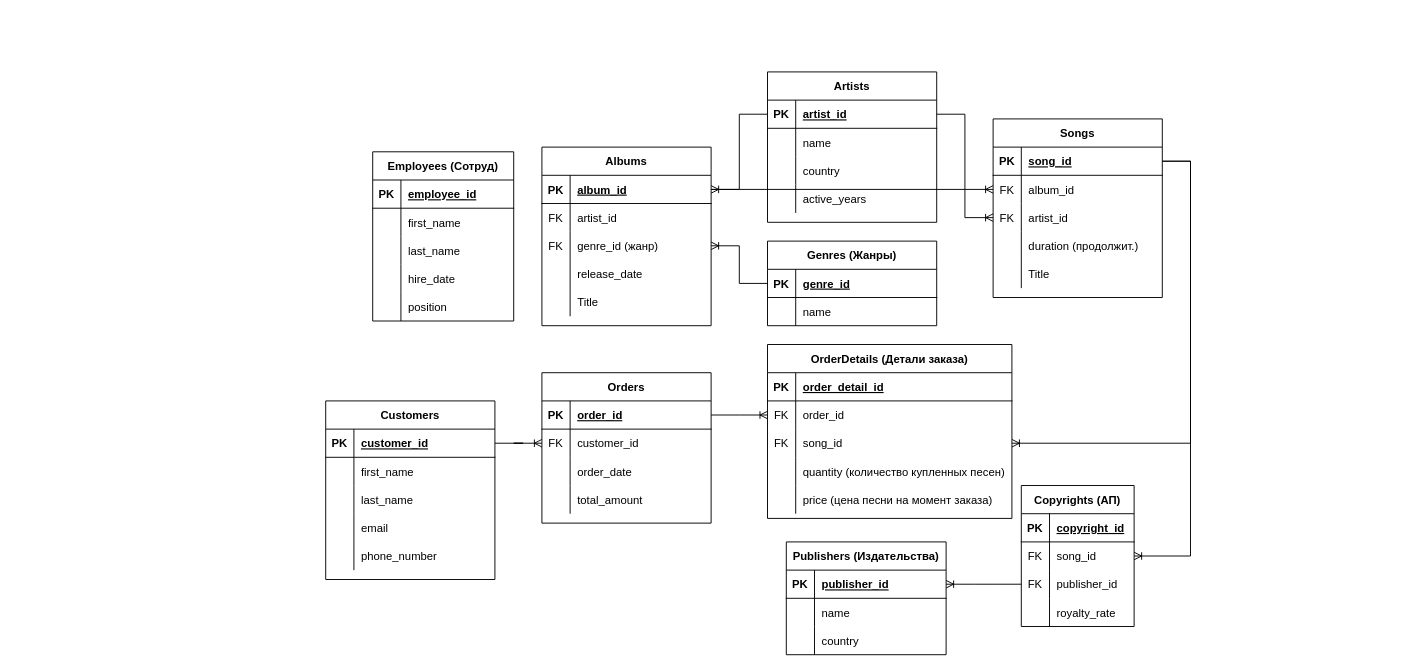
Above: diagrams/МУЗ магазин. БД.drawio in SsanchesS/MusicStoreDB (draw.io), before the change. Source tidied: cells renumbered, new cells numbered last; positions are measured from the earlier drawing's top-left corner, leaving out a move shared by most shapes. Both pictures are drawn from the tidied source at 94%, with x=0, y=0 at pixel (325, 71).
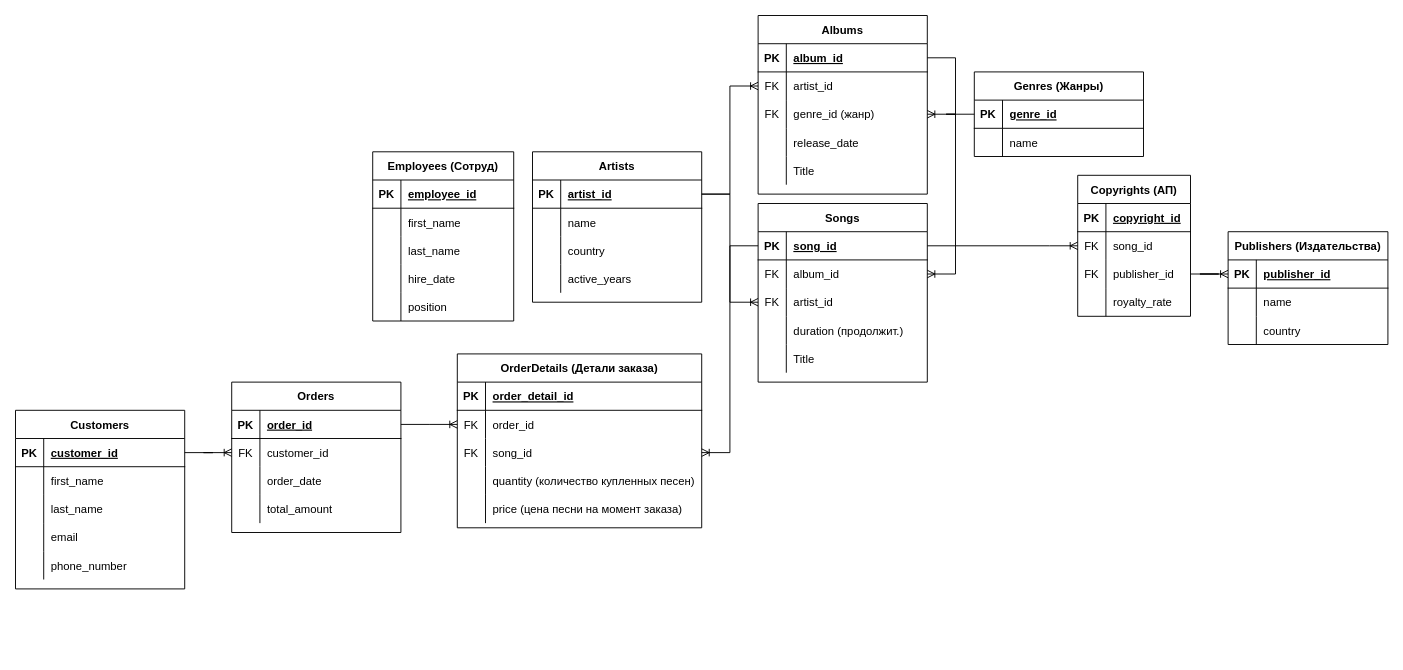
Above is the later version.

Unchanged cells that the change refers to:
```xml
<mxCell id="3" style="shape=tableRow;horizontal=0;startSize=0;swimlaneHead=0;swimlaneBody=0;fillColor=none;points=[[0,0.5],[1,0.5]];portConstraint=eastwest;top=0;left=0;right=0;bottom=1;" parent="2" vertex="1">
  <mxGeometry y="30" width="180" height="30" as="geometry" />
</mxCell>
<mxCell id="6" style="shape=tableRow;horizontal=0;startSize=0;swimlaneHead=0;swimlaneBody=0;fillColor=none;points=[[0,0.5],[1,0.5]];portConstraint=eastwest;top=0;left=0;right=0;bottom=0;" parent="2" vertex="1">
  <mxGeometry y="60" width="180" height="30" as="geometry" />
</mxCell>
<mxCell id="19" style="shape=tableRow;horizontal=0;startSize=0;swimlaneHead=0;swimlaneBody=0;fillColor=none;points=[[0,0.5],[1,0.5]];portConstraint=eastwest;top=0;left=0;right=0;bottom=1;" parent="18" vertex="1">
  <mxGeometry y="30" width="180" height="30" as="geometry" />
</mxCell>
<mxCell id="42" style="shape=tableRow;horizontal=0;startSize=0;swimlaneHead=0;swimlaneBody=0;fillColor=none;points=[[0,0.5],[1,0.5]];portConstraint=eastwest;top=0;left=0;right=0;bottom=0;" parent="38" vertex="1">
  <mxGeometry y="60" width="180" height="30" as="geometry" />
</mxCell>
<mxCell id="116" style="shape=tableRow;horizontal=0;startSize=0;swimlaneHead=0;swimlaneBody=0;fillColor=none;points=[[0,0.5],[1,0.5]];portConstraint=eastwest;top=0;left=0;right=0;bottom=1;" parent="115" vertex="1">
  <mxGeometry y="30" width="170" height="30" as="geometry" />
</mxCell>
<mxCell id="132" style="shape=tableRow;horizontal=0;startSize=0;swimlaneHead=0;swimlaneBody=0;fillColor=none;points=[[0,0.5],[1,0.5]];portConstraint=eastwest;top=0;left=0;right=0;bottom=0;" parent="125" vertex="1">
  <mxGeometry y="90" width="120" height="30" as="geometry" />
</mxCell>
```

Diff of the diagram source:
```diff
@@
     <mxCell id="2" value="Albums" style="shape=table;startSize=30;childLayout=tableLayout;rowLines=0;fontStyle=1;align=center;" parent="1" vertex="1">
-      <mxGeometry x="230" y="80" width="180" height="190" as="geometry" />
+      <mxGeometry x="460" y="-60" width="180" height="190" as="geometry" />
     </mxCell>
@@
     <mxCell id="18" value="Artists" style="shape=table;startSize=30;childLayout=tableLayout;rowLines=0;fontStyle=1;align=center;" parent="1" vertex="1">
-      <mxGeometry x="470" width="180" height="160" as="geometry" />
+      <mxGeometry x="220" y="85" width="180" height="160" as="geometry" />
     </mxCell>
@@
     <mxCell id="31" value="Genres (Жанры)" style="shape=table;startSize=30;childLayout=tableLayout;rowLines=0;fontStyle=1;align=center;" parent="1" vertex="1">
-      <mxGeometry x="470" y="180" width="180" height="90" as="geometry" />
+      <mxGeometry x="690" width="180" height="90" as="geometry" />
     </mxCell>
@@
     <mxCell id="38" value="Songs" style="shape=table;startSize=30;childLayout=tableLayout;rowLines=0;fontStyle=1;align=center;" parent="1" vertex="1">
-      <mxGeometry x="710" y="50" width="180" height="190" as="geometry" />
+      <mxGeometry x="460" y="140" width="180" height="190" as="geometry" />
     </mxCell>
@@
     <mxCell id="54" value="Customers" style="shape=table;startSize=30;childLayout=tableLayout;rowLines=0;fontStyle=1;align=center;" parent="1" vertex="1">
-      <mxGeometry y="350" width="180" height="190" as="geometry" />
+      <mxGeometry x="-330" y="360" width="180" height="190" as="geometry" />
     </mxCell>
@@
     <mxCell id="70" value="Orders" style="shape=table;startSize=30;childLayout=tableLayout;rowLines=0;fontStyle=1;align=center;" parent="1" vertex="1">
-      <mxGeometry x="230" y="320" width="180" height="160" as="geometry" />
+      <mxGeometry x="-100" y="330" width="180" height="160" as="geometry" />
     </mxCell>
@@
     <mxCell id="83" value="OrderDetails (Детали заказа)" style="shape=table;startSize=30;childLayout=tableLayout;rowLines=0;fontStyle=1;align=center;" parent="1" vertex="1">
-      <mxGeometry x="470" y="290" width="260" height="185" as="geometry" />
+      <mxGeometry x="140" y="300" width="260" height="185" as="geometry" />
     </mxCell>
@@
     <mxCell id="115" value="Publishers (Издательства)" style="shape=table;startSize=30;childLayout=tableLayout;rowLines=0;fontStyle=1;align=center;" parent="1" vertex="1">
-      <mxGeometry x="490" y="500" width="170" height="120" as="geometry" />
+      <mxGeometry x="960" y="170" width="170" height="120" as="geometry" />
     </mxCell>
@@
     <mxCell id="125" value="Copyrights (АП)" style="shape=table;startSize=30;childLayout=tableLayout;rowLines=0;fontStyle=1;align=center;" parent="1" vertex="1">
-      <mxGeometry x="740" y="440" width="120" height="150" as="geometry" />
+      <mxGeometry x="800" y="110" width="120" height="150" as="geometry" />
     </mxCell>
@@
-    <mxCell id="139" style="edgeStyle=entityRelationEdgeStyle;fontSize=12;html=1;endArrow=ERoneToMany;rounded=0;" parent="1" edge="1" source="19" target="3">
+    <mxCell id="139" style="edgeStyle=entityRelationEdgeStyle;fontSize=12;html=1;endArrow=ERoneToMany;rounded=0;" parent="1" edge="1" source="19" target="6">
       <mxGeometry relative="1" as="geometry" />
     </mxCell>
-    <mxCell id="140" style="edgeStyle=entityRelationEdgeStyle;fontSize=12;html=1;endArrow=ERoneToMany;rounded=0;exitX=1;exitY=0.5;exitDx=0;exitDy=0;entryX=0;entryY=0.5;entryDx=0;entryDy=0;" parent="1" edge="1" source="3" target="42">
+    <mxCell id="140" style="edgeStyle=entityRelationEdgeStyle;fontSize=12;html=1;endArrow=ERoneToMany;rounded=0;exitX=1;exitY=0.5;exitDx=0;exitDy=0;" parent="1" edge="1" source="3" target="42">
       <mxGeometry relative="1" as="geometry" />
     </mxCell>
@@
     <mxCell id="145" style="edgeStyle=entityRelationEdgeStyle;fontSize=12;html=1;endArrow=ERoneToMany;rounded=0;" parent="1" edge="1" source="132" target="116">
       <mxGeometry relative="1" as="geometry">
         <Array as="points">
-          <mxPoint x="724" y="694" />
-          <mxPoint x="720" y="630" />
-          <mxPoint x="740" y="650" />
+          <mxPoint x="724" y="879" />
+          <mxPoint x="720" y="815" />
+          <mxPoint x="740" y="835" />
         </Array>
       </mxGeometry>
     </mxCell>
```
